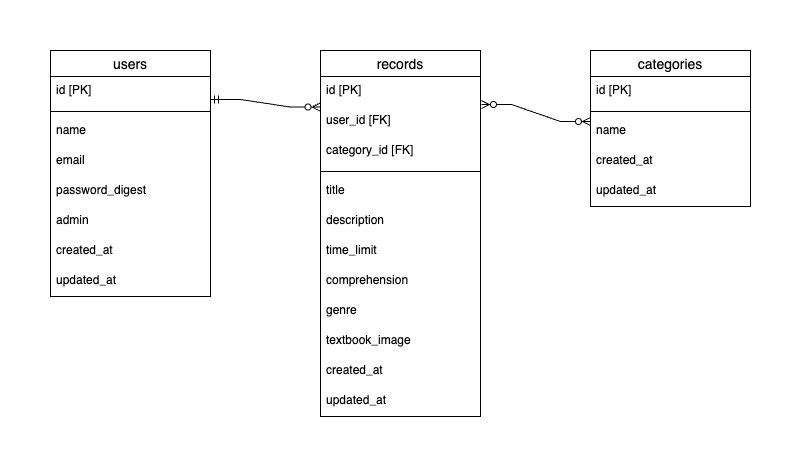
Before: app/assets/images/ER_diagram.png, a diagram exported from draw.io (takaya8522/Study_Support_App). Source tidied: cells renumbered, new cells last; positions are measured from the earlier drawing's top-left corner, leaving out a move shared by most shapes.
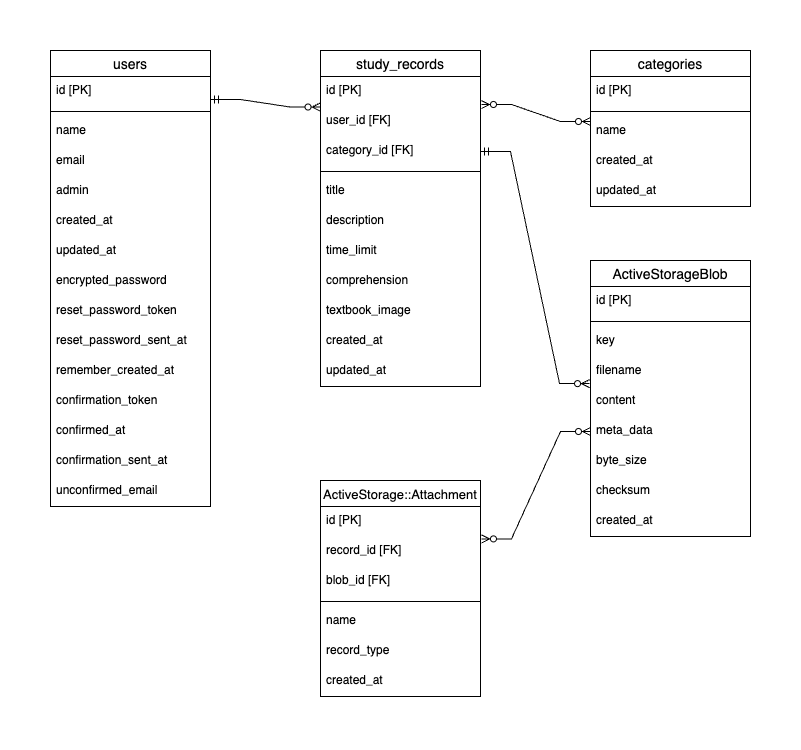
Later version of the same file.

What changed in the source:
```diff
@@ -3,7 +3,7 @@
     <mxCell id="0" />
     <mxCell id="1" parent="0" />
     <mxCell id="2" value="users" style="swimlane;fontStyle=0;horizontal=1;startSize=26;align=center;fontSize=14;" parent="1" vertex="1">
-      <mxGeometry width="160" height="246" as="geometry" />
+      <mxGeometry width="160" height="456" as="geometry" />
     </mxCell>
     <mxCell id="3" value="id [PK]" style="text;strokeColor=none;fillColor=none;spacingLeft=4;spacingRight=4;overflow=hidden;fontSize=12;" parent="2" vertex="1">
       <mxGeometry y="26" width="160" height="30" as="geometry" />
@@ -17,20 +17,41 @@
     <mxCell id="6" value="email" style="text;strokeColor=none;fillColor=none;spacingLeft=4;spacingRight=4;overflow=hidden;fontSize=12;" parent="2" vertex="1">
       <mxGeometry y="96" width="160" height="30" as="geometry" />
     </mxCell>
-    <mxCell id="7" value="password_digest" style="text;strokeColor=none;fillColor=none;spacingLeft=4;spacingRight=4;overflow=hidden;fontSize=12;" parent="2" vertex="1">
-      <mxGeometry y="126" width="160" height="30" as="geometry" />
-    </mxCell>
     <mxCell id="8" value="admin" style="text;strokeColor=none;fillColor=none;spacingLeft=4;spacingRight=4;overflow=hidden;fontSize=12;" parent="2" vertex="1">
-      <mxGeometry y="156" width="160" height="30" as="geometry" />
+      <mxGeometry y="126" width="160" height="30" as="geometry" />
     </mxCell>
     <mxCell id="9" value="created_at" style="text;strokeColor=none;fillColor=none;spacingLeft=4;spacingRight=4;overflow=hidden;fontSize=12;" parent="2" vertex="1">
-      <mxGeometry y="186" width="160" height="30" as="geometry" />
+      <mxGeometry y="156" width="160" height="30" as="geometry" />
     </mxCell>
     <mxCell id="10" value="updated_at" style="text;strokeColor=none;fillColor=none;spacingLeft=4;spacingRight=4;overflow=hidden;fontSize=12;" parent="2" vertex="1">
-      <mxGeometry y="216" width="160" height="30" as="geometry" />
+      <mxGeometry y="186" width="160" height="30" as="geometry" />
     </mxCell>
+    <mxCell id="32" value="encrypted_password" style="text;strokeColor=none;fillColor=none;spacingLeft=4;spacingRight=4;overflow=hidden;fontSize=12;" parent="2" vertex="1">
+      <mxGeometry y="216" width="160" height="30" as="geometry" />
+    </mxCell>
+    <mxCell id="33" value="reset_password_token" style="text;strokeColor=none;fillColor=none;spacingLeft=4;spacingRight=4;overflow=hidden;fontSize=12;" parent="2" vertex="1">
+      <mxGeometry y="246" width="160" height="30" as="geometry" />
+    </mxCell>
+    <mxCell id="34" value="reset_password_sent_at" style="text;strokeColor=none;fillColor=none;spacingLeft=4;spacingRight=4;overflow=hidden;fontSize=12;" parent="2" vertex="1">
+      <mxGeometry y="276" width="160" height="30" as="geometry" />
+    </mxCell>
+    <mxCell id="35" value="remember_created_at" style="text;strokeColor=none;fillColor=none;spacingLeft=4;spacingRight=4;overflow=hidden;fontSize=12;" parent="2" vertex="1">
+      <mxGeometry y="306" width="160" height="30" as="geometry" />
+    </mxCell>
+    <mxCell id="36" value="confirmation_token" style="text;strokeColor=none;fillColor=none;spacingLeft=4;spacingRight=4;overflow=hidden;fontSize=12;" parent="2" vertex="1">
+      <mxGeometry y="336" width="160" height="30" as="geometry" />
+    </mxCell>
+    <mxCell id="37" value="confirmed_at" style="text;strokeColor=none;fillColor=none;spacingLeft=4;spacingRight=4;overflow=hidden;fontSize=12;" parent="2" vertex="1">
+      <mxGeometry y="366" width="160" height="30" as="geometry" />
+    </mxCell>
+    <mxCell id="38" value="confirmation_sent_at" style="text;strokeColor=none;fillColor=none;spacingLeft=4;spacingRight=4;overflow=hidden;fontSize=12;" parent="2" vertex="1">
+      <mxGeometry y="396" width="160" height="30" as="geometry" />
+    </mxCell>
+    <mxCell id="39" value="unconfirmed_email" style="text;strokeColor=none;fillColor=none;spacingLeft=4;spacingRight=4;overflow=hidden;fontSize=12;" parent="2" vertex="1">
+      <mxGeometry y="426" width="160" height="30" as="geometry" />
+    </mxCell>
-    <mxCell id="11" value="records" style="swimlane;fontStyle=0;horizontal=1;startSize=26;align=center;fontSize=14;" parent="1" vertex="1">
-      <mxGeometry x="270" width="160" height="366" as="geometry" />
+    <mxCell id="11" value="study_records" style="swimlane;fontStyle=0;horizontal=1;startSize=26;align=center;fontSize=14;" parent="1" vertex="1">
+      <mxGeometry x="270" width="160" height="336" as="geometry" />
     </mxCell>
     <mxCell id="12" value="id [PK]" style="text;strokeColor=none;fillColor=none;spacingLeft=4;spacingRight=4;overflow=hidden;fontSize=12;" parent="11" vertex="1">
       <mxGeometry y="26" width="160" height="30" as="geometry" />
@@ -56,17 +77,14 @@
     <mxCell id="19" value="comprehension" style="text;strokeColor=none;fillColor=none;spacingLeft=4;spacingRight=4;overflow=hidden;fontSize=12;" parent="11" vertex="1">
       <mxGeometry y="216" width="160" height="30" as="geometry" />
     </mxCell>
-    <mxCell id="20" value="genre" style="text;strokeColor=none;fillColor=none;spacingLeft=4;spacingRight=4;overflow=hidden;fontSize=12;" parent="11" vertex="1">
-      <mxGeometry y="246" width="160" height="30" as="geometry" />
-    </mxCell>
     <mxCell id="21" value="textbook_image" style="text;strokeColor=none;fillColor=none;spacingLeft=4;spacingRight=4;overflow=hidden;fontSize=12;" parent="11" vertex="1">
-      <mxGeometry y="276" width="160" height="30" as="geometry" />
+      <mxGeometry y="246" width="160" height="30" as="geometry" />
     </mxCell>
     <mxCell id="22" value="created_at" style="text;strokeColor=none;fillColor=none;spacingLeft=4;spacingRight=4;overflow=hidden;fontSize=12;" parent="11" vertex="1">
-      <mxGeometry y="306" width="160" height="30" as="geometry" />
+      <mxGeometry y="276" width="160" height="30" as="geometry" />
     </mxCell>
     <mxCell id="23" value="updated_at" style="text;strokeColor=none;fillColor=none;spacingLeft=4;spacingRight=4;overflow=hidden;fontSize=12;" parent="11" vertex="1">
-      <mxGeometry y="336" width="160" height="30" as="geometry" />
+      <mxGeometry y="306" width="160" height="30" as="geometry" />
     </mxCell>
     <mxCell id="24" value="categories" style="swimlane;fontStyle=0;horizontal=1;startSize=26;align=center;fontSize=14;" parent="1" vertex="1">
       <mxGeometry x="540" width="160" height="156" as="geometry" />
@@ -96,5 +114,65 @@
         <mxPoint x="540" y="71" as="targetPoint" />
       </mxGeometry>
     </mxCell>
+    <mxCell id="40" value="ActiveStorageBlob" style="swimlane;fontStyle=0;horizontal=1;startSize=26;align=center;fontSize=14;" parent="1" vertex="1">
+      <mxGeometry x="540" y="210" width="160" height="276" as="geometry" />
+    </mxCell>
+    <mxCell id="41" value="id [PK]" style="text;strokeColor=none;fillColor=none;spacingLeft=4;spacingRight=4;overflow=hidden;fontSize=12;" parent="40" vertex="1">
+      <mxGeometry y="26" width="160" height="30" as="geometry" />
+    </mxCell>
+    <mxCell id="42" style="line;strokeWidth=1;dashed=0;labelPosition=right;align=left;verticalAlign=middle;spacingTop=0;spacingLeft=6;" parent="40" vertex="1">
+      <mxGeometry y="56" width="160" height="10" as="geometry" />
+    </mxCell>
+    <mxCell id="43" value="key" style="text;strokeColor=none;fillColor=none;spacingLeft=4;spacingRight=4;overflow=hidden;fontSize=12;" parent="40" vertex="1">
+      <mxGeometry y="66" width="160" height="30" as="geometry" />
+    </mxCell>
+    <mxCell id="44" value="filename" style="text;strokeColor=none;fillColor=none;spacingLeft=4;spacingRight=4;overflow=hidden;points=[[0,0.5],[1,0.5]];portConstraint=eastwest;fontSize=12;" parent="40" vertex="1">
+      <mxGeometry y="96" width="160" height="30" as="geometry" />
+    </mxCell>
+    <mxCell id="45" value="content" style="text;strokeColor=none;fillColor=none;spacingLeft=4;spacingRight=4;overflow=hidden;fontSize=12;" parent="40" vertex="1">
+      <mxGeometry y="126" width="160" height="30" as="geometry" />
+    </mxCell>
+    <mxCell id="46" value="meta_data" style="text;strokeColor=none;fillColor=none;spacingLeft=4;spacingRight=4;overflow=hidden;points=[[0,0.5],[1,0.5]];portConstraint=eastwest;fontSize=12;" parent="40" vertex="1">
+      <mxGeometry y="156" width="160" height="30" as="geometry" />
+    </mxCell>
+    <mxCell id="47" value="byte_size" style="text;strokeColor=none;fillColor=none;spacingLeft=4;spacingRight=4;overflow=hidden;fontSize=12;" parent="40" vertex="1">
+      <mxGeometry y="186" width="160" height="30" as="geometry" />
+    </mxCell>
+    <mxCell id="48" value="checksum" style="text;strokeColor=none;fillColor=none;spacingLeft=4;spacingRight=4;overflow=hidden;fontSize=12;" parent="40" vertex="1">
+      <mxGeometry y="216" width="160" height="30" as="geometry" />
+    </mxCell>
+    <mxCell id="49" value="created_at" style="text;strokeColor=none;fillColor=none;spacingLeft=4;spacingRight=4;overflow=hidden;fontSize=12;" parent="40" vertex="1">
+      <mxGeometry y="246" width="160" height="30" as="geometry" />
+    </mxCell>
+    <mxCell id="50" value="ActiveStorage::Attachment" style="swimlane;fontStyle=0;horizontal=1;startSize=26;align=center;fontSize=13;" parent="1" vertex="1">
+      <mxGeometry x="270" y="430" width="160" height="216" as="geometry" />
+    </mxCell>
+    <mxCell id="51" value="id [PK]" style="text;strokeColor=none;fillColor=none;spacingLeft=4;spacingRight=4;overflow=hidden;points=[[0,0.5],[1,0.5]];portConstraint=eastwest;fontSize=12;" parent="50" vertex="1">
+      <mxGeometry y="26" width="160" height="30" as="geometry" />
+    </mxCell>
+    <mxCell id="52" value="record_id [FK]" style="text;strokeColor=none;fillColor=none;spacingLeft=4;spacingRight=4;overflow=hidden;fontSize=12;" parent="50" vertex="1">
+      <mxGeometry y="56" width="160" height="30" as="geometry" />
+    </mxCell>
+    <mxCell id="53" value="blob_id [FK]" style="text;strokeColor=none;fillColor=none;spacingLeft=4;spacingRight=4;overflow=hidden;fontSize=12;" parent="50" vertex="1">
+      <mxGeometry y="86" width="160" height="30" as="geometry" />
+    </mxCell>
+    <mxCell id="54" style="line;strokeWidth=1;dashed=0;labelPosition=right;align=left;verticalAlign=middle;spacingTop=0;spacingLeft=6;" parent="50" vertex="1">
+      <mxGeometry y="116" width="160" height="10" as="geometry" />
+    </mxCell>
+    <mxCell id="55" value="name" style="text;strokeColor=none;fillColor=none;spacingLeft=4;spacingRight=4;overflow=hidden;fontSize=12;" parent="50" vertex="1">
+      <mxGeometry y="126" width="160" height="30" as="geometry" />
+    </mxCell>
+    <mxCell id="56" value="record_type" style="text;strokeColor=none;fillColor=none;spacingLeft=4;spacingRight=4;overflow=hidden;fontSize=12;" parent="50" vertex="1">
+      <mxGeometry y="156" width="160" height="30" as="geometry" />
+    </mxCell>
+    <mxCell id="57" value="created_at" style="text;strokeColor=none;fillColor=none;spacingLeft=4;spacingRight=4;overflow=hidden;fontSize=12;" parent="50" vertex="1">
+      <mxGeometry y="186" width="160" height="30" as="geometry" />
+    </mxCell>
+    <mxCell id="58" style="edgeStyle=entityRelationEdgeStyle;fontSize=12;html=1;endArrow=ERzeroToMany;startArrow=ERmandOne;rounded=0;exitX=1;exitY=0.5;exitDx=0;exitDy=0;entryX=-0.006;entryY=0.904;entryDx=0;entryDy=0;entryPerimeter=0;" parent="1" edge="1" source="14" target="44">
+      <mxGeometry relative="1" as="geometry" />
+    </mxCell>
+    <mxCell id="59" style="edgeStyle=entityRelationEdgeStyle;fontSize=12;html=1;endArrow=ERzeroToMany;endFill=1;startArrow=ERzeroToMany;rounded=0;entryX=0;entryY=0.5;entryDx=0;entryDy=0;exitX=1.006;exitY=1.08;exitDx=0;exitDy=0;exitPerimeter=0;" parent="1" edge="1" source="51" target="46">
+      <mxGeometry relative="1" as="geometry" />
+    </mxCell>
   </root>
 </mxGraphModel>
```
